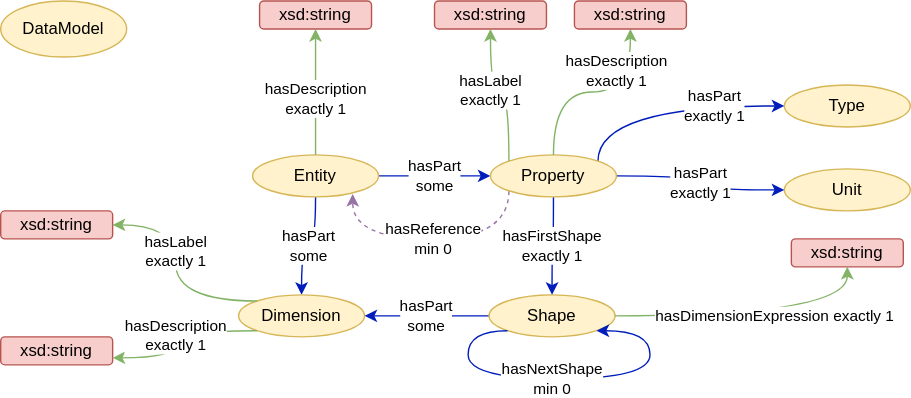
This is doc/figs/entity.svg from emmo-repo/domain-datamodel, a draw.io export, as it was before one commit. Source tidied: cells renumbered, new cells last; positions are measured from the earlier drawing's top-left corner, leaving out a move shared by most shapes. Source of this version:
```xml
<mxGraphModel>
  <root>
    <mxCell id="0" />
    <mxCell id="1" parent="0" />
    <mxCell id="2" value="hasPart&lt;br&gt;some" style="edgeStyle=orthogonalEdgeStyle;curved=1;rounded=0;jettySize=auto;html=1;endArrow=classic;endFill=1;strokeColor=#001DBC;" parent="1" edge="1" source="4" target="15">
      <mxGeometry relative="1" as="geometry" />
    </mxCell>
    <mxCell id="3" value="hasPart&lt;br&gt;some" style="edgeStyle=orthogonalEdgeStyle;curved=1;rounded=0;jettySize=auto;html=1;entryX=0.5;entryY=0;entryDx=0;entryDy=0;endArrow=classic;endFill=1;strokeColor=#001DBC;exitX=0.5;exitY=1;exitDx=0;exitDy=0;" parent="1" edge="1" source="4" target="7">
      <mxGeometry relative="1" as="geometry" />
    </mxCell>
    <mxCell id="4" value="Entity" style="ellipse;whiteSpace=wrap;html=1;fillColor=#fff2cc;strokeColor=#d6b656;" parent="1" vertex="1">
      <mxGeometry x="180" y="110" width="90" height="30" as="geometry" />
    </mxCell>
    <mxCell id="5" value="Unit" style="ellipse;whiteSpace=wrap;html=1;fillColor=#fff2cc;strokeColor=#d6b656;" parent="1" vertex="1">
      <mxGeometry x="560" y="120" width="90" height="30" as="geometry" />
    </mxCell>
    <mxCell id="6" value="DataModel" style="ellipse;whiteSpace=wrap;html=1;fillColor=#fff2cc;strokeColor=#d6b656;" parent="1" vertex="1">
      <mxGeometry width="90" height="40" as="geometry" />
    </mxCell>
    <mxCell id="7" value="Dimension" style="ellipse;whiteSpace=wrap;html=1;fillColor=#fff2cc;strokeColor=#d6b656;" parent="1" vertex="1">
      <mxGeometry x="170" y="210" width="90" height="30" as="geometry" />
    </mxCell>
    <mxCell id="8" value="hasPart&lt;br&gt;some" style="edgeStyle=orthogonalEdgeStyle;curved=1;rounded=0;jettySize=auto;html=1;endArrow=classic;endFill=1;strokeColor=#001DBC;" parent="1" edge="1" source="9" target="7">
      <mxGeometry relative="1" as="geometry" />
    </mxCell>
    <mxCell id="9" value="Shape" style="ellipse;whiteSpace=wrap;html=1;fillColor=#fff2cc;strokeColor=#d6b656;" parent="1" vertex="1">
      <mxGeometry x="349" y="210" width="90" height="30" as="geometry" />
    </mxCell>
    <mxCell id="10" value="Type" style="ellipse;whiteSpace=wrap;html=1;fillColor=#fff2cc;strokeColor=#d6b656;" parent="1" vertex="1">
      <mxGeometry x="560" y="60" width="90" height="30" as="geometry" />
    </mxCell>
    <mxCell id="11" value="hasPart&lt;br&gt;exactly 1" style="edgeStyle=orthogonalEdgeStyle;curved=1;rounded=0;jettySize=auto;html=1;endArrow=classic;endFill=1;strokeColor=#001DBC;exitX=1;exitY=0;exitDx=0;exitDy=0;entryX=0;entryY=0.5;entryDx=0;entryDy=0;" parent="1" edge="1" source="15" target="10">
      <mxGeometry x="0.42" relative="1" as="geometry">
        <Array as="points">
          <mxPoint x="427" y="75" />
        </Array>
      </mxGeometry>
    </mxCell>
    <mxCell id="12" value="hasPart&lt;br&gt;exactly 1" style="edgeStyle=orthogonalEdgeStyle;curved=1;rounded=0;jettySize=auto;html=1;endArrow=classic;endFill=1;strokeColor=#001DBC;" parent="1" edge="1" source="15" target="5">
      <mxGeometry relative="1" as="geometry" />
    </mxCell>
    <mxCell id="13" value="hasFirstShape&lt;br&gt;exactly 1" style="edgeStyle=orthogonalEdgeStyle;curved=1;rounded=0;jettySize=auto;html=1;endArrow=classic;endFill=1;strokeColor=#001DBC;exitX=0.5;exitY=1;exitDx=0;exitDy=0;" parent="1" edge="1" source="15" target="9">
      <mxGeometry relative="1" as="geometry" />
    </mxCell>
    <mxCell id="14" value="hasReference&lt;br&gt;min 0" style="edgeStyle=orthogonalEdgeStyle;curved=1;rounded=0;jettySize=auto;html=1;exitX=0;exitY=1;exitDx=0;exitDy=0;entryX=0.795;entryY=0.928;entryDx=0;entryDy=0;entryPerimeter=0;endArrow=classic;endFill=1;strokeColor=#9673a6;fillColor=#e1d5e7;dashed=1;" parent="1" edge="1" source="15" target="4">
      <mxGeometry relative="1" as="geometry">
        <Array as="points">
          <mxPoint x="363" y="170" />
          <mxPoint x="252" y="170" />
        </Array>
      </mxGeometry>
    </mxCell>
    <mxCell id="15" value="Property" style="ellipse;whiteSpace=wrap;html=1;fillColor=#fff2cc;strokeColor=#d6b656;" parent="1" vertex="1">
      <mxGeometry x="350" y="110" width="90" height="30" as="geometry" />
    </mxCell>
    <mxCell id="16" value="xsd:string" style="rounded=1;whiteSpace=wrap;html=1;fillColor=#f8cecc;strokeColor=#b85450;" parent="1" vertex="1">
      <mxGeometry x="565" y="170" width="80" height="20" as="geometry" />
    </mxCell>
    <mxCell id="17" value="hasDescription&lt;br&gt;exactly 1" style="edgeStyle=orthogonalEdgeStyle;curved=1;rounded=0;jettySize=auto;html=1;endArrow=classic;endFill=1;strokeColor=#82b366;exitX=0.5;exitY=0;exitDx=0;exitDy=0;fillColor=#d5e8d4;" parent="1" edge="1" source="15" target="21">
      <mxGeometry x="0.59" y="10" relative="1" as="geometry" />
    </mxCell>
    <mxCell id="18" value="hasDimensionExpression exactly 1" style="edgeStyle=orthogonalEdgeStyle;curved=1;rounded=0;jettySize=auto;html=1;endArrow=classic;endFill=1;strokeColor=#82b366;exitX=1;exitY=0.5;exitDx=0;exitDy=0;fillColor=#d5e8d4;entryX=0.5;entryY=1;entryDx=0;entryDy=0;" parent="1" edge="1" source="9" target="16">
      <mxGeometry x="0.13" relative="1" as="geometry" />
    </mxCell>
    <mxCell id="19" value="hasNextShape&lt;br&gt;min 0" style="edgeStyle=orthogonalEdgeStyle;curved=1;rounded=0;orthogonalLoop=1;jettySize=auto;html=1;endArrow=classic;endFill=1;strokeColor=#001DBC;exitX=0;exitY=1;exitDx=0;exitDy=0;entryX=1;entryY=1;entryDx=0;entryDy=0;" parent="1" edge="1" source="9" target="9">
      <mxGeometry x="-0.08" relative="1" as="geometry">
        <Array as="points">
          <mxPoint x="334" y="236" />
          <mxPoint x="334" y="270" />
          <mxPoint x="464" y="270" />
          <mxPoint x="464" y="236" />
        </Array>
      </mxGeometry>
    </mxCell>
    <mxCell id="20" value="xsd:string" style="rounded=1;whiteSpace=wrap;html=1;fillColor=#f8cecc;strokeColor=#b85450;" parent="1" vertex="1">
      <mxGeometry x="310" width="80" height="20" as="geometry" />
    </mxCell>
    <mxCell id="21" value="xsd:string" style="rounded=1;whiteSpace=wrap;html=1;fillColor=#f8cecc;strokeColor=#b85450;" parent="1" vertex="1">
      <mxGeometry x="410" width="80" height="20" as="geometry" />
    </mxCell>
    <mxCell id="22" value="hasLabel&lt;br&gt;exactly 1" style="edgeStyle=orthogonalEdgeStyle;curved=1;rounded=0;jettySize=auto;html=1;endArrow=classic;endFill=1;strokeColor=#82b366;exitX=0;exitY=0;exitDx=0;exitDy=0;fillColor=#d5e8d4;entryX=0.5;entryY=1;entryDx=0;entryDy=0;" parent="1" edge="1" source="15" target="20">
      <mxGeometry x="0.19" relative="1" as="geometry" />
    </mxCell>
    <mxCell id="23" value="xsd:string" style="rounded=1;whiteSpace=wrap;html=1;fillColor=#f8cecc;strokeColor=#b85450;" parent="1" vertex="1">
      <mxGeometry x="185" width="80" height="20" as="geometry" />
    </mxCell>
    <mxCell id="24" value="hasDescription&lt;br&gt;exactly 1" style="edgeStyle=orthogonalEdgeStyle;curved=1;rounded=0;jettySize=auto;html=1;endArrow=classic;endFill=1;strokeColor=#82b366;exitX=0.5;exitY=0;exitDx=0;exitDy=0;fillColor=#d5e8d4;" parent="1" edge="1" source="4" target="23">
      <mxGeometry x="-0.11" relative="1" as="geometry" />
    </mxCell>
    <mxCell id="25" value="xsd:string" style="rounded=1;whiteSpace=wrap;html=1;fillColor=#f8cecc;strokeColor=#b85450;" parent="1" vertex="1">
      <mxGeometry y="240" width="80" height="20" as="geometry" />
    </mxCell>
    <mxCell id="26" value="hasDescription&lt;br&gt;exactly 1" style="edgeStyle=orthogonalEdgeStyle;curved=1;rounded=0;jettySize=auto;html=1;endArrow=classic;endFill=1;strokeColor=#82b366;exitX=0;exitY=1;exitDx=0;exitDy=0;fillColor=#d5e8d4;entryX=1;entryY=0.75;entryDx=0;entryDy=0;" parent="1" edge="1" source="7" target="25">
      <mxGeometry x="0.02" relative="1" as="geometry" />
    </mxCell>
    <mxCell id="27" value="xsd:string" style="rounded=1;whiteSpace=wrap;html=1;fillColor=#f8cecc;strokeColor=#b85450;" parent="1" vertex="1">
      <mxGeometry y="150" width="80" height="20" as="geometry" />
    </mxCell>
    <mxCell id="28" value="hasLabel&lt;br&gt;exactly 1" style="edgeStyle=orthogonalEdgeStyle;curved=1;rounded=0;jettySize=auto;html=1;endArrow=classic;endFill=1;strokeColor=#82b366;exitX=0;exitY=0;exitDx=0;exitDy=0;fillColor=#d5e8d4;entryX=1;entryY=0.5;entryDx=0;entryDy=0;" parent="1" edge="1" source="7" target="27">
      <mxGeometry x="0.19" relative="1" as="geometry" />
    </mxCell>
  </root>
</mxGraphModel>
```
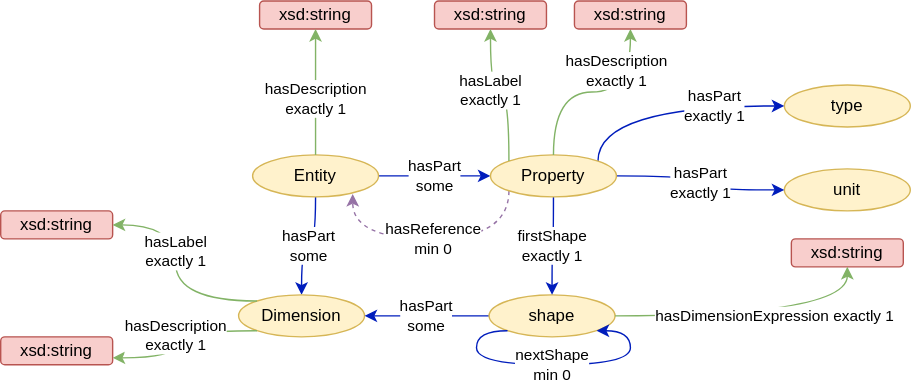
The same file after the commit.

The edit, as a diff of the source:
```diff
@@ -11,22 +11,19 @@
     <mxCell id="4" value="Entity" style="ellipse;whiteSpace=wrap;html=1;fillColor=#fff2cc;strokeColor=#d6b656;" parent="1" vertex="1">
       <mxGeometry x="180" y="110" width="90" height="30" as="geometry" />
     </mxCell>
-    <mxCell id="5" value="Unit" style="ellipse;whiteSpace=wrap;html=1;fillColor=#fff2cc;strokeColor=#d6b656;" parent="1" vertex="1">
+    <mxCell id="5" value="unit" style="ellipse;whiteSpace=wrap;html=1;fillColor=#fff2cc;strokeColor=#d6b656;" parent="1" vertex="1">
       <mxGeometry x="560" y="120" width="90" height="30" as="geometry" />
     </mxCell>
-    <mxCell id="6" value="DataModel" style="ellipse;whiteSpace=wrap;html=1;fillColor=#fff2cc;strokeColor=#d6b656;" parent="1" vertex="1">
-      <mxGeometry width="90" height="40" as="geometry" />
-    </mxCell>
     <mxCell id="7" value="Dimension" style="ellipse;whiteSpace=wrap;html=1;fillColor=#fff2cc;strokeColor=#d6b656;" parent="1" vertex="1">
       <mxGeometry x="170" y="210" width="90" height="30" as="geometry" />
     </mxCell>
     <mxCell id="8" value="hasPart&lt;br&gt;some" style="edgeStyle=orthogonalEdgeStyle;curved=1;rounded=0;jettySize=auto;html=1;endArrow=classic;endFill=1;strokeColor=#001DBC;" parent="1" edge="1" source="9" target="7">
       <mxGeometry relative="1" as="geometry" />
     </mxCell>
-    <mxCell id="9" value="Shape" style="ellipse;whiteSpace=wrap;html=1;fillColor=#fff2cc;strokeColor=#d6b656;" parent="1" vertex="1">
+    <mxCell id="9" value="shape" style="ellipse;whiteSpace=wrap;html=1;fillColor=#fff2cc;strokeColor=#d6b656;" parent="1" vertex="1">
       <mxGeometry x="349" y="210" width="90" height="30" as="geometry" />
     </mxCell>
-    <mxCell id="10" value="Type" style="ellipse;whiteSpace=wrap;html=1;fillColor=#fff2cc;strokeColor=#d6b656;" parent="1" vertex="1">
+    <mxCell id="10" value="type" style="ellipse;whiteSpace=wrap;html=1;fillColor=#fff2cc;strokeColor=#d6b656;" parent="1" vertex="1">
       <mxGeometry x="560" y="60" width="90" height="30" as="geometry" />
     </mxCell>
     <mxCell id="11" value="hasPart&lt;br&gt;exactly 1" style="edgeStyle=orthogonalEdgeStyle;curved=1;rounded=0;jettySize=auto;html=1;endArrow=classic;endFill=1;strokeColor=#001DBC;exitX=1;exitY=0;exitDx=0;exitDy=0;entryX=0;entryY=0.5;entryDx=0;entryDy=0;" parent="1" edge="1" source="15" target="10">
@@ -39,7 +36,7 @@
     <mxCell id="12" value="hasPart&lt;br&gt;exactly 1" style="edgeStyle=orthogonalEdgeStyle;curved=1;rounded=0;jettySize=auto;html=1;endArrow=classic;endFill=1;strokeColor=#001DBC;" parent="1" edge="1" source="15" target="5">
       <mxGeometry relative="1" as="geometry" />
     </mxCell>
-    <mxCell id="13" value="hasFirstShape&lt;br&gt;exactly 1" style="edgeStyle=orthogonalEdgeStyle;curved=1;rounded=0;jettySize=auto;html=1;endArrow=classic;endFill=1;strokeColor=#001DBC;exitX=0.5;exitY=1;exitDx=0;exitDy=0;" parent="1" edge="1" source="15" target="9">
+    <mxCell id="13" value="firstShape&lt;br&gt;exactly 1" style="edgeStyle=orthogonalEdgeStyle;curved=1;rounded=0;jettySize=auto;html=1;endArrow=classic;endFill=1;strokeColor=#001DBC;exitX=0.5;exitY=1;exitDx=0;exitDy=0;" parent="1" edge="1" source="15" target="9">
       <mxGeometry relative="1" as="geometry" />
     </mxCell>
     <mxCell id="14" value="hasReference&lt;br&gt;min 0" style="edgeStyle=orthogonalEdgeStyle;curved=1;rounded=0;jettySize=auto;html=1;exitX=0;exitY=1;exitDx=0;exitDy=0;entryX=0.795;entryY=0.928;entryDx=0;entryDy=0;entryPerimeter=0;endArrow=classic;endFill=1;strokeColor=#9673a6;fillColor=#e1d5e7;dashed=1;" parent="1" edge="1" source="15" target="4">
@@ -62,13 +59,13 @@
     <mxCell id="18" value="hasDimensionExpression exactly 1" style="edgeStyle=orthogonalEdgeStyle;curved=1;rounded=0;jettySize=auto;html=1;endArrow=classic;endFill=1;strokeColor=#82b366;exitX=1;exitY=0.5;exitDx=0;exitDy=0;fillColor=#d5e8d4;entryX=0.5;entryY=1;entryDx=0;entryDy=0;" parent="1" edge="1" source="9" target="16">
       <mxGeometry x="0.13" relative="1" as="geometry" />
     </mxCell>
-    <mxCell id="19" value="hasNextShape&lt;br&gt;min 0" style="edgeStyle=orthogonalEdgeStyle;curved=1;rounded=0;orthogonalLoop=1;jettySize=auto;html=1;endArrow=classic;endFill=1;strokeColor=#001DBC;exitX=0;exitY=1;exitDx=0;exitDy=0;entryX=1;entryY=1;entryDx=0;entryDy=0;" parent="1" edge="1" source="9" target="9">
-      <mxGeometry x="-0.08" relative="1" as="geometry">
+    <mxCell id="19" value="nextShape&lt;br&gt;min 0" style="edgeStyle=orthogonalEdgeStyle;curved=1;rounded=0;orthogonalLoop=1;jettySize=auto;html=1;endArrow=classic;endFill=1;strokeColor=#001DBC;exitX=0;exitY=1;exitDx=0;exitDy=0;entryX=1;entryY=1;entryDx=0;entryDy=0;" parent="1" edge="1" source="9" target="9">
+      <mxGeometry x="-0.02" relative="1" as="geometry">
         <Array as="points">
-          <mxPoint x="334" y="236" />
-          <mxPoint x="334" y="270" />
-          <mxPoint x="464" y="270" />
-          <mxPoint x="464" y="236" />
+          <mxPoint x="340" y="236" />
+          <mxPoint x="340" y="260" />
+          <mxPoint x="450" y="260" />
+          <mxPoint x="450" y="236" />
         </Array>
       </mxGeometry>
     </mxCell>
```
